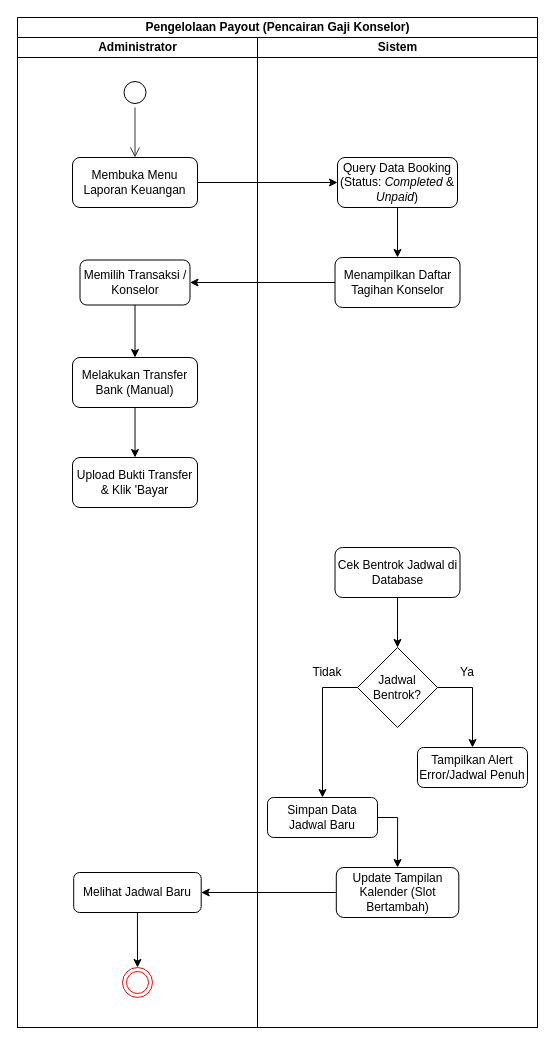
Earlier version of the draw.io diagram Pengelolaan Payout (Pencairan Gaji Konselor) - Activity Diagram.drawio (UlulAzmiALatala/moodly-app). Source tidied: cells renumbered, new cells numbered last; positions are measured from the earlier drawing's top-left corner, leaving out a move shared by most shapes. Both pictures are drawn from the tidied source at 100%, with x=0, y=0 at pixel (17, 17).
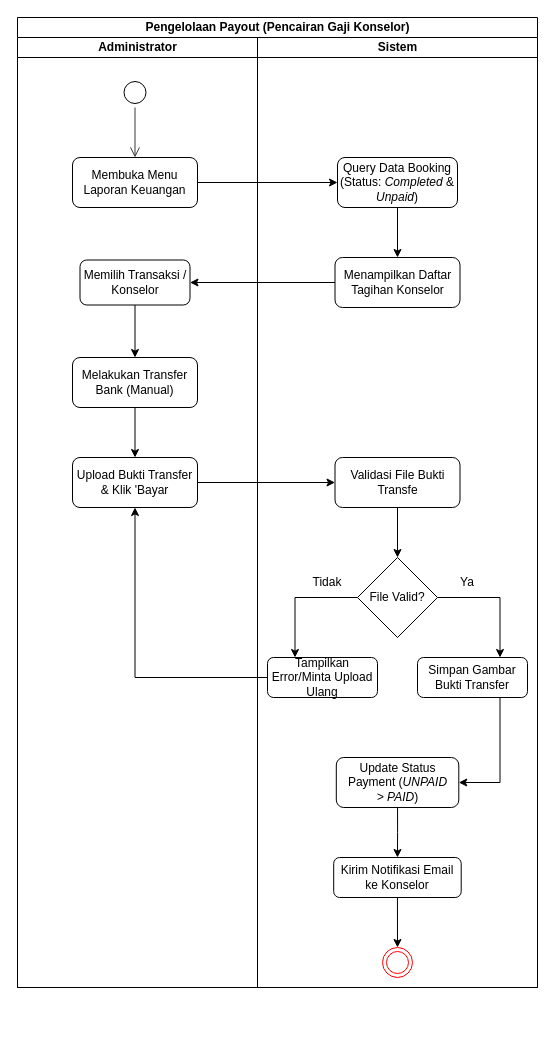
After the change.

Unchanged cells that the change refers to:
```xml
<mxCell id="14" value="Upload Bukti Transfer &amp;amp; Klik 'Bayar" style="rounded=1;whiteSpace=wrap;html=1;" parent="3" vertex="1">
  <mxGeometry x="55" y="420" width="125" height="50" as="geometry" />
</mxCell>
```

Diff of the diagram source:
```diff
@@
     <mxCell id="2" value="Pengelolaan Payout (Pencairan Gaji Konselor)" style="swimlane;startSize=20;html=1;" parent="1" vertex="1">
-      <mxGeometry width="520" height="1010" as="geometry" />
+      <mxGeometry width="520" height="970" as="geometry" />
     </mxCell>
     <mxCell id="3" value="Administrator" style="swimlane;startSize=20;html=1;" parent="2" vertex="1">
-      <mxGeometry y="20" width="240" height="990" as="geometry" />
+      <mxGeometry y="20" width="240" height="950" as="geometry" />
     </mxCell>
@@
-    <mxCell id="11" style="ellipse;html=1;shape=endState;fillColor=light-dark(#FFFFFF,#000000);strokeColor=light-dark(#ff0000, #ffffff);" parent="3" vertex="1">
-      <mxGeometry x="105" y="930" width="30" height="30" as="geometry" />
-    </mxCell>
-    <mxCell id="12" style="edgeStyle=orthogonalEdgeStyle;rounded=0;jettySize=auto;html=1;exitX=0.5;exitY=1;exitDx=0;exitDy=0;entryX=0.5;entryY=0;entryDx=0;entryDy=0;" parent="3" edge="1" source="13" target="11">
-      <mxGeometry relative="1" as="geometry" />
-    </mxCell>
-    <mxCell id="13" value="Melihat Jadwal Baru" style="rounded=1;whiteSpace=wrap;html=1;" parent="3" vertex="1">
-      <mxGeometry x="56.2" y="835" width="127.5" height="40" as="geometry" />
-    </mxCell>
@@
     <mxCell id="15" value="Sistem" style="swimlane;startSize=20;html=1;" parent="2" vertex="1">
-      <mxGeometry x="240" y="20" width="280" height="990" as="geometry" />
+      <mxGeometry x="240" y="20" width="280" height="950" as="geometry" />
     </mxCell>
@@
-    <mxCell id="18" style="edgeStyle=orthogonalEdgeStyle;rounded=0;jettySize=auto;html=1;exitX=1;exitY=0.5;exitDx=0;exitDy=0;entryX=0.5;entryY=0;entryDx=0;entryDy=0;" parent="15" edge="1" source="20" target="25">
+    <mxCell id="18" style="edgeStyle=orthogonalEdgeStyle;rounded=0;jettySize=auto;html=1;exitX=1;exitY=0.5;exitDx=0;exitDy=0;entryX=0.75;entryY=0;entryDx=0;entryDy=0;" parent="15" edge="1" source="20" target="25">
       <mxGeometry relative="1" as="geometry" />
     </mxCell>
-    <mxCell id="19" style="edgeStyle=orthogonalEdgeStyle;rounded=0;jettySize=auto;html=1;exitX=0;exitY=0.5;exitDx=0;exitDy=0;entryX=0.5;entryY=0;entryDx=0;entryDy=0;" parent="15" edge="1" source="20" target="24">
+    <mxCell id="19" style="edgeStyle=orthogonalEdgeStyle;rounded=0;jettySize=auto;html=1;exitX=0;exitY=0.5;exitDx=0;exitDy=0;entryX=0.25;entryY=0;entryDx=0;entryDy=0;" parent="15" edge="1" source="20" target="24">
       <mxGeometry relative="1" as="geometry" />
     </mxCell>
-    <mxCell id="20" value="Jadwal Bentrok?" style="rhombus;whiteSpace=wrap;html=1;" parent="15" vertex="1">
-      <mxGeometry x="100" y="610" width="80" height="80" as="geometry" />
+    <mxCell id="20" value="File Valid?" style="rhombus;whiteSpace=wrap;html=1;" parent="15" vertex="1">
+      <mxGeometry x="100" y="520" width="80" height="80" as="geometry" />
     </mxCell>
@@
-    <mxCell id="22" value="Cek Bentrok Jadwal di Database" style="rounded=1;whiteSpace=wrap;html=1;" parent="15" vertex="1">
-      <mxGeometry x="77.5" y="510" width="125" height="50" as="geometry" />
+    <mxCell id="22" value="Validasi File Bukti Transfe" style="rounded=1;whiteSpace=wrap;html=1;" parent="15" vertex="1">
+      <mxGeometry x="77.5" y="420" width="125" height="50" as="geometry" />
     </mxCell>
-    <mxCell id="23" style="edgeStyle=orthogonalEdgeStyle;rounded=0;jettySize=auto;html=1;exitX=1;exitY=0.5;exitDx=0;exitDy=0;entryX=0.5;entryY=0;entryDx=0;entryDy=0;" parent="15" edge="1" source="24" target="26">
-      <mxGeometry relative="1" as="geometry" />
-    </mxCell>
-    <mxCell id="24" value="Simpan Data Jadwal Baru" style="rounded=1;whiteSpace=wrap;html=1;" parent="15" vertex="1">
-      <mxGeometry x="10" y="760" width="110" height="40" as="geometry" />
+    <mxCell id="24" value="Tampilkan Error/Minta Upload Ulang" style="rounded=1;whiteSpace=wrap;html=1;" parent="15" vertex="1">
+      <mxGeometry x="10" y="620" width="110" height="40" as="geometry" />
     </mxCell>
+    <mxCell id="33" style="edgeStyle=orthogonalEdgeStyle;rounded=0;jettySize=auto;html=1;exitX=0.75;exitY=1;exitDx=0;exitDy=0;entryX=1;entryY=0.5;entryDx=0;entryDy=0;" parent="15" edge="1" source="25" target="26">
+      <mxGeometry relative="1" as="geometry" />
+    </mxCell>
-    <mxCell id="25" value="Tampilkan Alert Error/Jadwal Penuh" style="rounded=1;whiteSpace=wrap;html=1;" parent="15" vertex="1">
-      <mxGeometry x="160" y="710" width="110" height="40" as="geometry" />
+    <mxCell id="25" value="Simpan Gambar Bukti Transfer" style="rounded=1;whiteSpace=wrap;html=1;" parent="15" vertex="1">
+      <mxGeometry x="160" y="620" width="110" height="40" as="geometry" />
     </mxCell>
+    <mxCell id="31" style="edgeStyle=orthogonalEdgeStyle;rounded=0;jettySize=auto;html=1;exitX=0.5;exitY=1;exitDx=0;exitDy=0;entryX=0.5;entryY=0;entryDx=0;entryDy=0;" parent="15" edge="1" source="26" target="13">
+      <mxGeometry relative="1" as="geometry" />
+    </mxCell>
-    <mxCell id="26" value="Update Tampilan Kalender (Slot Bertambah)" style="rounded=1;whiteSpace=wrap;html=1;" parent="15" vertex="1">
-      <mxGeometry x="78.8" y="830" width="122.5" height="50" as="geometry" />
+    <mxCell id="26" value="Update Status Payment (&lt;i&gt;&lt;code style=&quot;font-family: &amp;quot;Google Sans Text&amp;quot;, sans-serif !important; line-height: 1.15 !important; margin-top: 0px !important;&quot;&gt;UNPAID &amp;gt;&lt;/code&gt;&amp;nbsp;&lt;code style=&quot;font-family: &amp;quot;Google Sans Text&amp;quot;, sans-serif !important; line-height: 1.15 !important; margin-top: 0px !important;&quot;&gt;PAID&lt;/code&gt;&lt;/i&gt;)" style="rounded=1;whiteSpace=wrap;html=1;" parent="15" vertex="1">
+      <mxGeometry x="78.8" y="720" width="122.5" height="50" as="geometry" />
     </mxCell>
     <mxCell id="27" value="Ya" style="text;html=1;whiteSpace=wrap;strokeColor=none;fillColor=none;align=center;verticalAlign=middle;rounded=0;" parent="15" vertex="1">
-      <mxGeometry x="180" y="620" width="60" height="30" as="geometry" />
+      <mxGeometry x="180" y="530" width="60" height="30" as="geometry" />
     </mxCell>
     <mxCell id="28" value="Tidak" style="text;html=1;whiteSpace=wrap;strokeColor=none;fillColor=none;align=center;verticalAlign=middle;rounded=0;" parent="15" vertex="1">
-      <mxGeometry x="40" y="620" width="60" height="30" as="geometry" />
+      <mxGeometry x="40" y="530" width="60" height="30" as="geometry" />
     </mxCell>
@@
+    <mxCell id="13" value="Kirim Notifikasi Email ke Konselor" style="rounded=1;whiteSpace=wrap;html=1;" parent="15" vertex="1">
+      <mxGeometry x="76.2" y="820" width="127.5" height="40" as="geometry" />
+    </mxCell>
+    <mxCell id="11" style="ellipse;html=1;shape=endState;fillColor=light-dark(#FFFFFF,#000000);strokeColor=light-dark(#ff0000, #ffffff);" parent="15" vertex="1">
+      <mxGeometry x="125" y="910" width="30" height="30" as="geometry" />
+    </mxCell>
+    <mxCell id="12" style="edgeStyle=orthogonalEdgeStyle;rounded=0;jettySize=auto;html=1;exitX=0.5;exitY=1;exitDx=0;exitDy=0;entryX=0.5;entryY=0;entryDx=0;entryDy=0;" parent="15" edge="1" source="13" target="11">
+      <mxGeometry relative="1" as="geometry" />
+    </mxCell>
@@
-    <mxCell id="31" style="edgeStyle=orthogonalEdgeStyle;rounded=0;jettySize=auto;html=1;exitX=0;exitY=0.5;exitDx=0;exitDy=0;entryX=1;entryY=0.5;entryDx=0;entryDy=0;" parent="2" edge="1" source="26" target="13">
-      <mxGeometry relative="1" as="geometry" />
-    </mxCell>
@@
+    <mxCell id="34" style="edgeStyle=orthogonalEdgeStyle;rounded=0;jettySize=auto;html=1;exitX=1;exitY=0.5;exitDx=0;exitDy=0;entryX=0;entryY=0.5;entryDx=0;entryDy=0;" parent="2" edge="1" source="14" target="22">
+      <mxGeometry relative="1" as="geometry" />
+    </mxCell>
+    <mxCell id="35" style="edgeStyle=orthogonalEdgeStyle;rounded=0;jettySize=auto;html=1;exitX=0;exitY=0.5;exitDx=0;exitDy=0;entryX=0.5;entryY=1;entryDx=0;entryDy=0;" parent="2" edge="1" source="24" target="14">
+      <mxGeometry relative="1" as="geometry" />
+    </mxCell>
```
